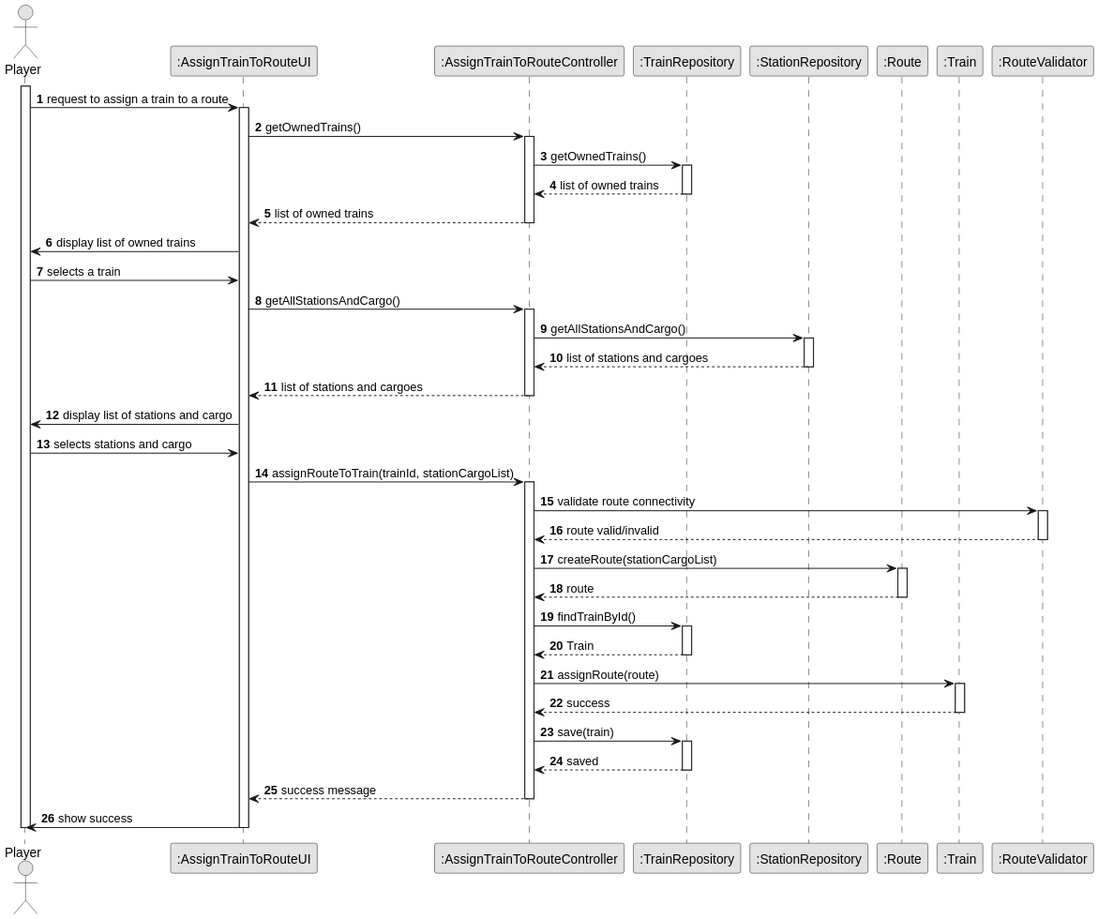
Before: docs/system-documentation/US010/03.design/svg/US010-SD-full.svg, a diagram exported from PlantUML (1240826/empire-on-tracks). Its diagram source:
```plantuml
@startuml
skinparam monochrome true
skinparam packageStyle rectangle
skinparam shadowing false

autonumber

actor Player
participant ":AssignTrainToRouteUI" as UI
participant ":AssignTrainToRouteController" as Controller
participant ":TrainRepository" as TrainRepo
participant ":StationRepository" as StationRepo
participant ":Route" as Route
participant ":Train" as Train
participant ":RouteValidator" as Validator

activate Player
Player -> UI : request to assign a train to a route
activate UI

UI -> Controller : getOwnedTrains()
activate Controller
Controller -> TrainRepo : getOwnedTrains()
activate TrainRepo
TrainRepo --> Controller : list of owned trains
deactivate TrainRepo
Controller --> UI : list of owned trains
deactivate Controller

UI -> Player : display list of owned trains
Player -> UI : selects a train

UI -> Controller : getAllStationsAndCargo()
activate Controller
Controller -> StationRepo : getAllStationsAndCargo()
activate StationRepo
StationRepo --> Controller : list of stations and cargoes
deactivate StationRepo
Controller --> UI : list of stations and cargoes
deactivate Controller

UI -> Player : display list of stations and cargo
Player -> UI : selects stations and cargo

UI -> Controller : assignRouteToTrain(trainId, stationCargoList)
activate Controller
Controller -> Validator : validate route connectivity
activate Validator
Validator --> Controller : route valid/invalid
deactivate Validator

Controller -> Route : createRoute(stationCargoList)
activate Route
Route --> Controller : route
deactivate Route

Controller -> TrainRepo : findTrainById()
activate TrainRepo
TrainRepo --> Controller : Train
deactivate TrainRepo

Controller -> Train : assignRoute(route)
activate Train
Train --> Controller : success
deactivate Train

Controller -> TrainRepo : save(train)
activate TrainRepo
TrainRepo --> Controller : saved
deactivate TrainRepo

Controller --> UI : success message
deactivate Controller
UI -> Player : show success

deactivate UI
deactivate Player
@enduml
```
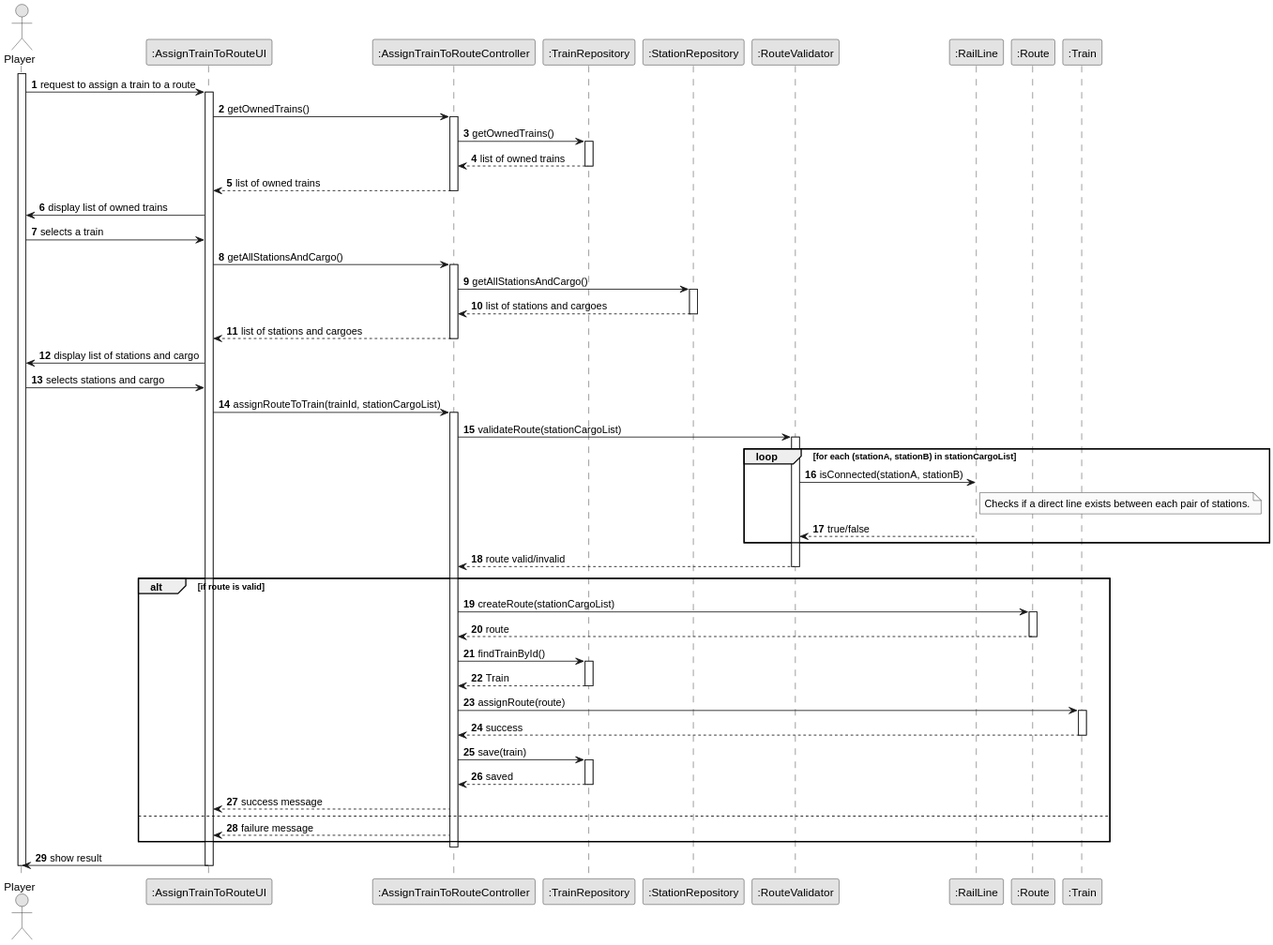
Above is the later version.

The edit, as a diff of the source:
```diff
@@ -10,9 +10,10 @@
 participant ":AssignTrainToRouteController" as Controller
 participant ":TrainRepository" as TrainRepo
 participant ":StationRepository" as StationRepo
+participant ":RouteValidator" as RouteValidator
+participant ":RailLine" as RailLine
 participant ":Route" as Route
 participant ":Train" as Train
-participant ":RouteValidator" as Validator
 
 activate Player
 Player -> UI : request to assign a train to a route
@@ -44,34 +45,48 @@
 
 UI -> Controller : assignRouteToTrain(trainId, stationCargoList)
 activate Controller
-Controller -> Validator : validate route connectivity
-activate Validator
-Validator --> Controller : route valid/invalid
-deactivate Validator
+Controller -> RouteValidator : validateRoute(stationCargoList)
+activate RouteValidator
 
-Controller -> Route : createRoute(stationCargoList)
-activate Route
-Route --> Controller : route
-deactivate Route
+loop for each (stationA, stationB) in stationCargoList
+    RouteValidator -> RailLine : isConnected(stationA, stationB)
+    note right of RailLine
+        Checks if a direct line exists between each pair of stations.
+    end note
+    RailLine --> RouteValidator : true/false
+end
 
-Controller -> TrainRepo : findTrainById()
-activate TrainRepo
-TrainRepo --> Controller : Train
-deactivate TrainRepo
+RouteValidator --> Controller : route valid/invalid
+deactivate RouteValidator
 
-Controller -> Train : assignRoute(route)
-activate Train
-Train --> Controller : success
-deactivate Train
+alt if route is valid
+    Controller -> Route : createRoute(stationCargoList)
+    activate Route
+    Route --> Controller : route
+    deactivate Route
 
-Controller -> TrainRepo : save(train)
-activate TrainRepo
-TrainRepo --> Controller : saved
-deactivate TrainRepo
+    Controller -> TrainRepo : findTrainById()
+    activate TrainRepo
+    TrainRepo --> Controller : Train
+    deactivate TrainRepo
 
-Controller --> UI : success message
+    Controller -> Train : assignRoute(route)
+    activate Train
+    Train --> Controller : success
+    deactivate Train
+
+    Controller -> TrainRepo : save(train)
+    activate TrainRepo
+    TrainRepo --> Controller : saved
+    deactivate TrainRepo
+
+    Controller --> UI : success message
+else
+    Controller --> UI : failure message
+end
+
 deactivate Controller
-UI -> Player : show success
+UI -> Player : show result
 
 deactivate UI
 deactivate Player
```
